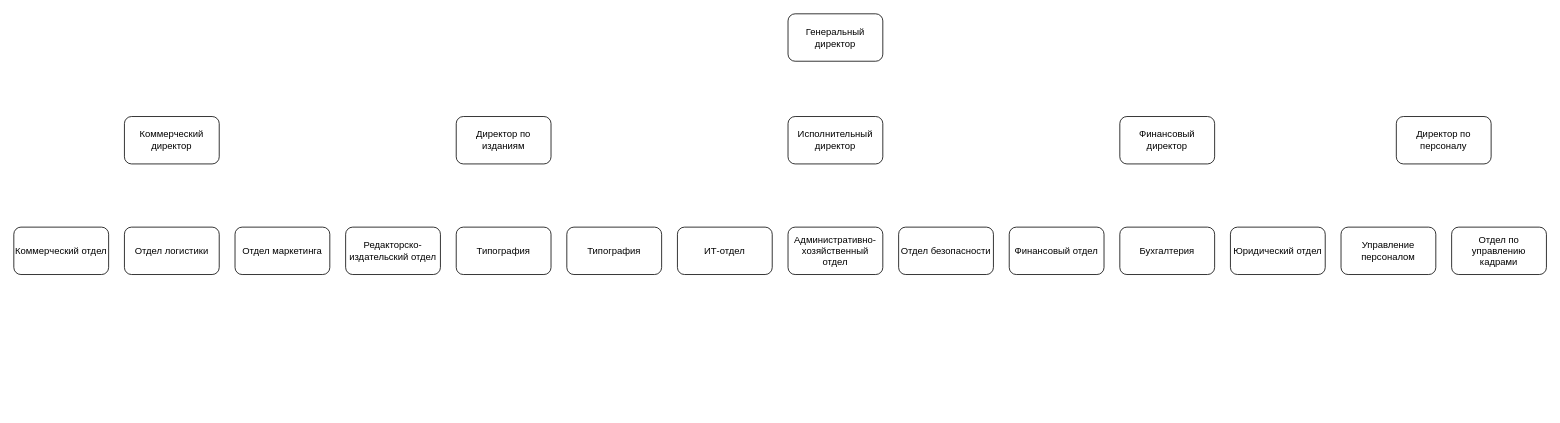
This is 18 practice.drawio from Merfarion/Diagrams-and-schemes, a draw.io file, before an edit. Source tidied: cells renumbered, new cells numbered last; positions are measured from the earlier drawing's top-left corner, leaving out a move shared by most shapes. Both pictures are drawn from the tidied source at 79%, with x=0, y=0 at pixel (13, 13).
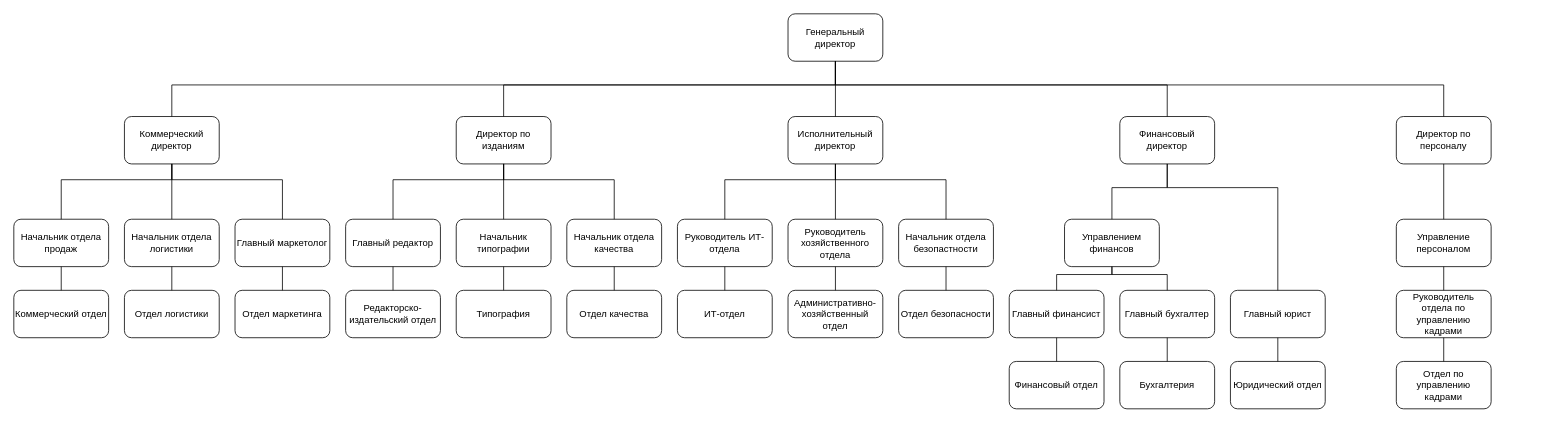
After the change.

Unchanged cells that the change refers to:
```xml
<mxCell id="2" value="Генеральный директор" style="rounded=1;whiteSpace=wrap;html=1;" parent="1" vertex="1">
  <mxGeometry x="980" width="120" height="60" as="geometry" />
</mxCell>
<mxCell id="3" value="Коммерческий директор" style="rounded=1;whiteSpace=wrap;html=1;" parent="1" vertex="1">
  <mxGeometry x="140" y="130" width="120" height="60" as="geometry" />
</mxCell>
<mxCell id="4" value="Директор по изданиям" style="rounded=1;whiteSpace=wrap;html=1;" parent="1" vertex="1">
  <mxGeometry x="560" y="130" width="120" height="60" as="geometry" />
</mxCell>
<mxCell id="5" value="Исполнительный директор" style="rounded=1;whiteSpace=wrap;html=1;" parent="1" vertex="1">
  <mxGeometry x="980" y="130" width="120" height="60" as="geometry" />
</mxCell>
<mxCell id="6" value="Финансовый директор" style="rounded=1;whiteSpace=wrap;html=1;" parent="1" vertex="1">
  <mxGeometry x="1400" y="130" width="120" height="60" as="geometry" />
</mxCell>
<mxCell id="7" value="Директор по персоналу" style="rounded=1;whiteSpace=wrap;html=1;" parent="1" vertex="1">
  <mxGeometry x="1750" y="130" width="120" height="60" as="geometry" />
</mxCell>
```

Change to the diagram source:
```diff
@@
     <mxCell id="8" value="Коммерческий отдел" style="rounded=1;whiteSpace=wrap;html=1;" parent="1" vertex="1">
-      <mxGeometry y="270" width="120" height="60" as="geometry" />
+      <mxGeometry y="350" width="120" height="60" as="geometry" />
     </mxCell>
     <mxCell id="9" value="Отдел логистики" style="rounded=1;whiteSpace=wrap;html=1;" parent="1" vertex="1">
-      <mxGeometry x="140" y="270" width="120" height="60" as="geometry" />
+      <mxGeometry x="140" y="350" width="120" height="60" as="geometry" />
     </mxCell>
     <mxCell id="10" value="Отдел маркетинга" style="rounded=1;whiteSpace=wrap;html=1;" parent="1" vertex="1">
-      <mxGeometry x="280" y="270" width="120" height="60" as="geometry" />
+      <mxGeometry x="280" y="350" width="120" height="60" as="geometry" />
     </mxCell>
     <mxCell id="11" value="Типография" style="rounded=1;whiteSpace=wrap;html=1;" parent="1" vertex="1">
-      <mxGeometry x="560" y="270" width="120" height="60" as="geometry" />
+      <mxGeometry x="560" y="350" width="120" height="60" as="geometry" />
     </mxCell>
     <mxCell id="12" value="Редакторско-издательский отдел" style="rounded=1;whiteSpace=wrap;html=1;" parent="1" vertex="1">
-      <mxGeometry x="420" y="270" width="120" height="60" as="geometry" />
+      <mxGeometry x="420" y="350" width="120" height="60" as="geometry" />
     </mxCell>
-    <mxCell id="13" value="Типография" style="rounded=1;whiteSpace=wrap;html=1;" parent="1" vertex="1">
-      <mxGeometry x="700" y="270" width="120" height="60" as="geometry" />
+    <mxCell id="13" value="Отдел качества" style="rounded=1;whiteSpace=wrap;html=1;" parent="1" vertex="1">
+      <mxGeometry x="700" y="350" width="120" height="60" as="geometry" />
     </mxCell>
     <mxCell id="14" value="ИТ-отдел" style="rounded=1;whiteSpace=wrap;html=1;" parent="1" vertex="1">
-      <mxGeometry x="840" y="270" width="120" height="60" as="geometry" />
+      <mxGeometry x="840" y="350" width="120" height="60" as="geometry" />
     </mxCell>
     <mxCell id="15" value="Административно-хозяйственный отдел" style="rounded=1;whiteSpace=wrap;html=1;" parent="1" vertex="1">
-      <mxGeometry x="980" y="270" width="120" height="60" as="geometry" />
+      <mxGeometry x="980" y="350" width="120" height="60" as="geometry" />
     </mxCell>
     <mxCell id="16" value="Отдел безопасности" style="rounded=1;whiteSpace=wrap;html=1;" parent="1" vertex="1">
-      <mxGeometry x="1120" y="270" width="120" height="60" as="geometry" />
+      <mxGeometry x="1120" y="350" width="120" height="60" as="geometry" />
     </mxCell>
     <mxCell id="17" value="Финансовый отдел" style="rounded=1;whiteSpace=wrap;html=1;" parent="1" vertex="1">
-      <mxGeometry x="1260" y="270" width="120" height="60" as="geometry" />
+      <mxGeometry x="1260" y="440" width="120" height="60" as="geometry" />
     </mxCell>
     <mxCell id="18" value="Бухгалтерия" style="rounded=1;whiteSpace=wrap;html=1;" parent="1" vertex="1">
-      <mxGeometry x="1400" y="270" width="120" height="60" as="geometry" />
+      <mxGeometry x="1400" y="440" width="120" height="60" as="geometry" />
     </mxCell>
     <mxCell id="19" value="Юридический отдел" style="rounded=1;whiteSpace=wrap;html=1;" parent="1" vertex="1">
-      <mxGeometry x="1540" y="270" width="120" height="60" as="geometry" />
+      <mxGeometry x="1540" y="440" width="120" height="60" as="geometry" />
     </mxCell>
     <mxCell id="20" value="Управление персоналом" style="rounded=1;whiteSpace=wrap;html=1;" parent="1" vertex="1">
-      <mxGeometry x="1680" y="270" width="120" height="60" as="geometry" />
+      <mxGeometry x="1750" y="260" width="120" height="60" as="geometry" />
     </mxCell>
     <mxCell id="21" value="Отдел по управлению кадрами" style="rounded=1;whiteSpace=wrap;html=1;" parent="1" vertex="1">
-      <mxGeometry x="1820" y="270" width="120" height="60" as="geometry" />
+      <mxGeometry x="1750" y="440" width="120" height="60" as="geometry" />
     </mxCell>
+    <mxCell id="22" value="Главный маркетолог" style="rounded=1;whiteSpace=wrap;html=1;" parent="1" vertex="1">
+      <mxGeometry x="280" y="260" width="120" height="60" as="geometry" />
+    </mxCell>
+    <mxCell id="23" value="Начальник отдела логистики" style="rounded=1;whiteSpace=wrap;html=1;" parent="1" vertex="1">
+      <mxGeometry x="140" y="260" width="120" height="60" as="geometry" />
+    </mxCell>
+    <mxCell id="24" value="Начальник отдела продаж" style="rounded=1;whiteSpace=wrap;html=1;" parent="1" vertex="1">
+      <mxGeometry y="260" width="120" height="60" as="geometry" />
+    </mxCell>
+    <mxCell id="25" value="Главный редактор" style="rounded=1;whiteSpace=wrap;html=1;" parent="1" vertex="1">
+      <mxGeometry x="420" y="260" width="120" height="60" as="geometry" />
+    </mxCell>
+    <mxCell id="26" value="Начальник типографии" style="rounded=1;whiteSpace=wrap;html=1;" parent="1" vertex="1">
+      <mxGeometry x="560" y="260" width="120" height="60" as="geometry" />
+    </mxCell>
+    <mxCell id="27" value="Начальник отдела качества" style="rounded=1;whiteSpace=wrap;html=1;" parent="1" vertex="1">
+      <mxGeometry x="700" y="260" width="120" height="60" as="geometry" />
+    </mxCell>
+    <mxCell id="28" value="Руководитель ИТ-отдела" style="rounded=1;whiteSpace=wrap;html=1;" parent="1" vertex="1">
+      <mxGeometry x="840" y="260" width="120" height="60" as="geometry" />
+    </mxCell>
+    <mxCell id="29" value="Руководитель хозяйственного отдела" style="rounded=1;whiteSpace=wrap;html=1;" parent="1" vertex="1">
+      <mxGeometry x="980" y="260" width="120" height="60" as="geometry" />
+    </mxCell>
+    <mxCell id="30" value="Начальник отдела безопастности" style="rounded=1;whiteSpace=wrap;html=1;" parent="1" vertex="1">
+      <mxGeometry x="1120" y="260" width="120" height="60" as="geometry" />
+    </mxCell>
+    <mxCell id="31" value="Главный финансист" style="rounded=1;whiteSpace=wrap;html=1;" parent="1" vertex="1">
+      <mxGeometry x="1260" y="350" width="120" height="60" as="geometry" />
+    </mxCell>
+    <mxCell id="32" value="Главный бухгалтер" style="rounded=1;whiteSpace=wrap;html=1;" parent="1" vertex="1">
+      <mxGeometry x="1400" y="350" width="120" height="60" as="geometry" />
+    </mxCell>
+    <mxCell id="33" value="Главный юрист" style="rounded=1;whiteSpace=wrap;html=1;" parent="1" vertex="1">
+      <mxGeometry x="1540" y="350" width="120" height="60" as="geometry" />
+    </mxCell>
+    <mxCell id="34" value="Управлением финансов" style="rounded=1;whiteSpace=wrap;html=1;" parent="1" vertex="1">
+      <mxGeometry x="1330" y="260" width="120" height="60" as="geometry" />
+    </mxCell>
+    <mxCell id="35" value="Руководитель отдела по управлению кадрами" style="rounded=1;whiteSpace=wrap;html=1;" parent="1" vertex="1">
+      <mxGeometry x="1750" y="350" width="120" height="60" as="geometry" />
+    </mxCell>
+    <mxCell id="36" style="endArrow=none;html=1;rounded=0;entryX=0.5;entryY=1;entryDx=0;entryDy=0;exitX=0.5;exitY=0;exitDx=0;exitDy=0;" parent="1" edge="1" source="24" target="3">
+      <mxGeometry relative="1" as="geometry">
+        <Array as="points">
+          <mxPoint x="60" y="210" />
+          <mxPoint x="200" y="210" />
+        </Array>
+      </mxGeometry>
+    </mxCell>
+    <mxCell id="37" style="endArrow=none;html=1;rounded=0;exitX=0.5;exitY=0;exitDx=0;exitDy=0;" parent="1" edge="1" source="22">
+      <mxGeometry relative="1" as="geometry">
+        <mxPoint x="200" y="190" as="targetPoint" />
+        <Array as="points">
+          <mxPoint x="340" y="210" />
+          <mxPoint x="200" y="210" />
+        </Array>
+      </mxGeometry>
+    </mxCell>
+    <mxCell id="38" style="endArrow=none;html=1;rounded=0;entryX=0.5;entryY=1;entryDx=0;entryDy=0;exitX=0.5;exitY=0;exitDx=0;exitDy=0;" parent="1" edge="1" source="23" target="3">
+      <mxGeometry relative="1" as="geometry" />
+    </mxCell>
+    <mxCell id="39" style="endArrow=none;html=1;rounded=0;entryX=0.5;entryY=1;entryDx=0;entryDy=0;exitX=0.5;exitY=0;exitDx=0;exitDy=0;" parent="1" edge="1" source="8" target="24">
+      <mxGeometry relative="1" as="geometry" />
+    </mxCell>
+    <mxCell id="40" style="endArrow=none;html=1;rounded=0;entryX=0.5;entryY=1;entryDx=0;entryDy=0;exitX=0.5;exitY=0;exitDx=0;exitDy=0;" parent="1" edge="1" source="9" target="23">
+      <mxGeometry relative="1" as="geometry" />
+    </mxCell>
+    <mxCell id="41" style="endArrow=none;html=1;rounded=0;entryX=0.5;entryY=1;entryDx=0;entryDy=0;exitX=0.5;exitY=0;exitDx=0;exitDy=0;" parent="1" edge="1" source="10" target="22">
+      <mxGeometry relative="1" as="geometry" />
+    </mxCell>
+    <mxCell id="42" style="endArrow=none;html=1;rounded=0;entryX=0.5;entryY=1;entryDx=0;entryDy=0;exitX=0.5;exitY=0;exitDx=0;exitDy=0;" parent="1" edge="1">
+      <mxGeometry relative="1" as="geometry">
+        <mxPoint x="480" y="260" as="sourcePoint" />
+        <mxPoint x="620" y="190" as="targetPoint" />
+        <Array as="points">
+          <mxPoint x="480" y="210" />
+          <mxPoint x="620" y="210" />
+        </Array>
+      </mxGeometry>
+    </mxCell>
+    <mxCell id="43" style="endArrow=none;html=1;rounded=0;exitX=0.5;exitY=0;exitDx=0;exitDy=0;" parent="1" edge="1">
+      <mxGeometry relative="1" as="geometry">
+        <mxPoint x="760" y="260" as="sourcePoint" />
+        <mxPoint x="620" y="190" as="targetPoint" />
+        <Array as="points">
+          <mxPoint x="760" y="210" />
+          <mxPoint x="620" y="210" />
+        </Array>
+      </mxGeometry>
+    </mxCell>
+    <mxCell id="44" style="endArrow=none;html=1;rounded=0;entryX=0.5;entryY=1;entryDx=0;entryDy=0;exitX=0.5;exitY=0;exitDx=0;exitDy=0;" parent="1" edge="1">
+      <mxGeometry relative="1" as="geometry">
+        <mxPoint x="620" y="260" as="sourcePoint" />
+        <mxPoint x="620" y="190" as="targetPoint" />
+      </mxGeometry>
+    </mxCell>
+    <mxCell id="45" style="endArrow=none;html=1;rounded=0;entryX=0.5;entryY=1;entryDx=0;entryDy=0;exitX=0.5;exitY=0;exitDx=0;exitDy=0;" parent="1" edge="1">
+      <mxGeometry relative="1" as="geometry">
+        <mxPoint x="900" y="260" as="sourcePoint" />
+        <mxPoint x="1040" y="190" as="targetPoint" />
+        <Array as="points">
+          <mxPoint x="900" y="210" />
+          <mxPoint x="1040" y="210" />
+        </Array>
+      </mxGeometry>
+    </mxCell>
+    <mxCell id="46" style="endArrow=none;html=1;rounded=0;exitX=0.5;exitY=0;exitDx=0;exitDy=0;" parent="1" edge="1">
+      <mxGeometry relative="1" as="geometry">
+        <mxPoint x="1180" y="260" as="sourcePoint" />
+        <mxPoint x="1040" y="190" as="targetPoint" />
+        <Array as="points">
+          <mxPoint x="1180" y="210" />
+          <mxPoint x="1040" y="210" />
+        </Array>
+      </mxGeometry>
+    </mxCell>
+    <mxCell id="47" style="endArrow=none;html=1;rounded=0;entryX=0.5;entryY=1;entryDx=0;entryDy=0;exitX=0.5;exitY=0;exitDx=0;exitDy=0;" parent="1" edge="1">
+      <mxGeometry relative="1" as="geometry">
+        <mxPoint x="1040" y="260" as="sourcePoint" />
+        <mxPoint x="1040" y="190" as="targetPoint" />
+      </mxGeometry>
+    </mxCell>
+    <mxCell id="48" style="endArrow=none;html=1;rounded=0;entryX=0.5;entryY=1;entryDx=0;entryDy=0;exitX=0.5;exitY=0;exitDx=0;exitDy=0;" parent="1" edge="1" source="12" target="25">
+      <mxGeometry relative="1" as="geometry" />
+    </mxCell>
+    <mxCell id="49" style="endArrow=none;html=1;rounded=0;entryX=0.5;entryY=1;entryDx=0;entryDy=0;exitX=0.5;exitY=0;exitDx=0;exitDy=0;" parent="1" edge="1" source="11" target="26">
+      <mxGeometry relative="1" as="geometry" />
+    </mxCell>
+    <mxCell id="50" style="endArrow=none;html=1;rounded=0;entryX=0.5;entryY=1;entryDx=0;entryDy=0;exitX=0.5;exitY=0;exitDx=0;exitDy=0;" parent="1" edge="1" source="13" target="27">
+      <mxGeometry relative="1" as="geometry" />
+    </mxCell>
+    <mxCell id="51" style="endArrow=none;html=1;rounded=0;entryX=0.5;entryY=1;entryDx=0;entryDy=0;exitX=0.5;exitY=0;exitDx=0;exitDy=0;" parent="1" edge="1" source="14" target="28">
+      <mxGeometry relative="1" as="geometry" />
+    </mxCell>
+    <mxCell id="52" style="endArrow=none;html=1;rounded=0;entryX=0.5;entryY=1;entryDx=0;entryDy=0;exitX=0.5;exitY=0;exitDx=0;exitDy=0;" parent="1" edge="1" source="15" target="29">
+      <mxGeometry relative="1" as="geometry" />
+    </mxCell>
+    <mxCell id="53" style="endArrow=none;html=1;rounded=0;entryX=0.5;entryY=1;entryDx=0;entryDy=0;exitX=0.5;exitY=0;exitDx=0;exitDy=0;" parent="1" edge="1" source="16" target="30">
+      <mxGeometry relative="1" as="geometry" />
+    </mxCell>
+    <mxCell id="54" style="endArrow=none;html=1;rounded=0;entryX=0.5;entryY=1;entryDx=0;entryDy=0;exitX=0.5;exitY=0;exitDx=0;exitDy=0;" parent="1" edge="1" source="34" target="6">
+      <mxGeometry relative="1" as="geometry">
+        <Array as="points">
+          <mxPoint x="1390" y="220" />
+          <mxPoint x="1460" y="220" />
+        </Array>
+      </mxGeometry>
+    </mxCell>
+    <mxCell id="55" style="endArrow=none;html=1;rounded=0;entryX=0.5;entryY=1;entryDx=0;entryDy=0;exitX=0.5;exitY=0;exitDx=0;exitDy=0;" parent="1" edge="1" source="33" target="6">
+      <mxGeometry relative="1" as="geometry">
+        <Array as="points">
+          <mxPoint x="1600" y="220" />
+          <mxPoint x="1460" y="220" />
+        </Array>
+      </mxGeometry>
+    </mxCell>
+    <mxCell id="56" style="endArrow=none;html=1;rounded=0;entryX=0.5;entryY=1;entryDx=0;entryDy=0;exitX=0.5;exitY=0;exitDx=0;exitDy=0;" parent="1" edge="1" source="31" target="34">
+      <mxGeometry relative="1" as="geometry">
+        <Array as="points">
+          <mxPoint x="1320" y="330" />
+          <mxPoint x="1390" y="330" />
+        </Array>
+      </mxGeometry>
+    </mxCell>
+    <mxCell id="57" style="endArrow=none;html=1;rounded=0;entryX=0.5;entryY=1;entryDx=0;entryDy=0;exitX=0.5;exitY=0;exitDx=0;exitDy=0;" parent="1" edge="1" source="32" target="34">
+      <mxGeometry relative="1" as="geometry">
+        <Array as="points">
+          <mxPoint x="1460" y="330" />
+          <mxPoint x="1390" y="330" />
+        </Array>
+      </mxGeometry>
+    </mxCell>
+    <mxCell id="58" style="endArrow=none;html=1;rounded=0;entryX=0.5;entryY=1;entryDx=0;entryDy=0;exitX=0.5;exitY=0;exitDx=0;exitDy=0;" parent="1" edge="1" source="17" target="31">
+      <mxGeometry relative="1" as="geometry" />
+    </mxCell>
+    <mxCell id="59" style="endArrow=none;html=1;rounded=0;entryX=0.5;entryY=1;entryDx=0;entryDy=0;exitX=0.5;exitY=0;exitDx=0;exitDy=0;" parent="1" edge="1" source="18" target="32">
+      <mxGeometry relative="1" as="geometry" />
+    </mxCell>
+    <mxCell id="60" style="endArrow=none;html=1;rounded=0;entryX=0.5;entryY=1;entryDx=0;entryDy=0;exitX=0.5;exitY=0;exitDx=0;exitDy=0;" parent="1" edge="1" source="19" target="33">
+      <mxGeometry relative="1" as="geometry" />
+    </mxCell>
+    <mxCell id="61" style="endArrow=none;html=1;rounded=0;entryX=0.5;entryY=1;entryDx=0;entryDy=0;exitX=0.5;exitY=0;exitDx=0;exitDy=0;" parent="1" edge="1" source="20" target="7">
+      <mxGeometry relative="1" as="geometry" />
+    </mxCell>
+    <mxCell id="62" style="endArrow=none;html=1;rounded=0;entryX=0.5;entryY=1;entryDx=0;entryDy=0;exitX=0.5;exitY=0;exitDx=0;exitDy=0;" parent="1" edge="1" source="35" target="20">
+      <mxGeometry relative="1" as="geometry" />
+    </mxCell>
+    <mxCell id="63" style="endArrow=none;html=1;rounded=0;entryX=0.5;entryY=1;entryDx=0;entryDy=0;exitX=0.5;exitY=0;exitDx=0;exitDy=0;" parent="1" edge="1" source="21" target="35">
+      <mxGeometry relative="1" as="geometry" />
+    </mxCell>
+    <mxCell id="64" style="endArrow=none;html=1;rounded=0;entryX=0.5;entryY=1;entryDx=0;entryDy=0;exitX=0.5;exitY=0;exitDx=0;exitDy=0;" parent="1" edge="1" source="3" target="2">
+      <mxGeometry relative="1" as="geometry">
+        <Array as="points">
+          <mxPoint x="200" y="90" />
+          <mxPoint x="1040" y="90" />
+        </Array>
+      </mxGeometry>
+    </mxCell>
+    <mxCell id="65" style="endArrow=none;html=1;rounded=0;entryX=0.5;entryY=1;entryDx=0;entryDy=0;exitX=0.5;exitY=0;exitDx=0;exitDy=0;" parent="1" edge="1" source="4" target="2">
+      <mxGeometry relative="1" as="geometry">
+        <Array as="points">
+          <mxPoint x="620" y="90" />
+          <mxPoint x="1040" y="90" />
+        </Array>
+      </mxGeometry>
+    </mxCell>
+    <mxCell id="66" style="endArrow=none;html=1;rounded=0;entryX=0.5;entryY=1;entryDx=0;entryDy=0;exitX=0.5;exitY=0;exitDx=0;exitDy=0;" parent="1" edge="1" source="5" target="2">
+      <mxGeometry relative="1" as="geometry" />
+    </mxCell>
+    <mxCell id="67" style="endArrow=none;html=1;rounded=0;entryX=0.5;entryY=1;entryDx=0;entryDy=0;exitX=0.5;exitY=0;exitDx=0;exitDy=0;" parent="1" edge="1" source="6" target="2">
+      <mxGeometry relative="1" as="geometry">
+        <Array as="points">
+          <mxPoint x="1460" y="90" />
+          <mxPoint x="1040" y="90" />
+        </Array>
+      </mxGeometry>
+    </mxCell>
+    <mxCell id="68" style="endArrow=none;html=1;rounded=0;exitX=0.5;exitY=0;exitDx=0;exitDy=0;entryX=0.5;entryY=1;entryDx=0;entryDy=0;" parent="1" edge="1" source="7" target="2">
+      <mxGeometry relative="1" as="geometry">
+        <Array as="points">
+          <mxPoint x="1810" y="90" />
+          <mxPoint x="1040" y="90" />
+        </Array>
+      </mxGeometry>
+    </mxCell>
```
